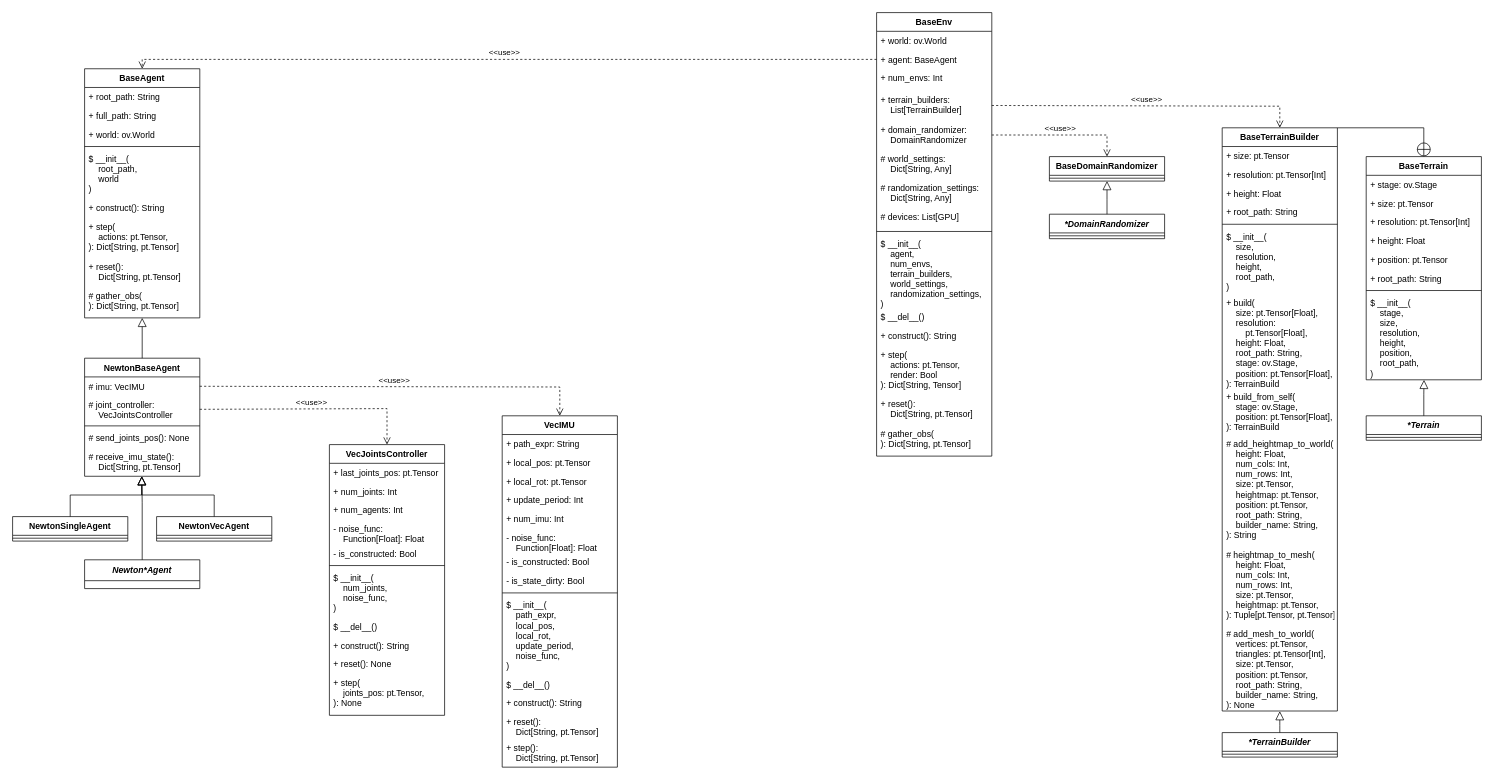
The draw.io diagram newton_simulation_class_diagram.drawio in TheNewtonCapstone/newton-architecture, before the edit. Source tidied: cells renumbered, new cells numbered last; positions are measured from the earlier drawing's top-left corner, leaving out a move shared by most shapes. Both pictures are drawn from the tidied source at 72%, with x=0, y=0 at pixel (12, 12).
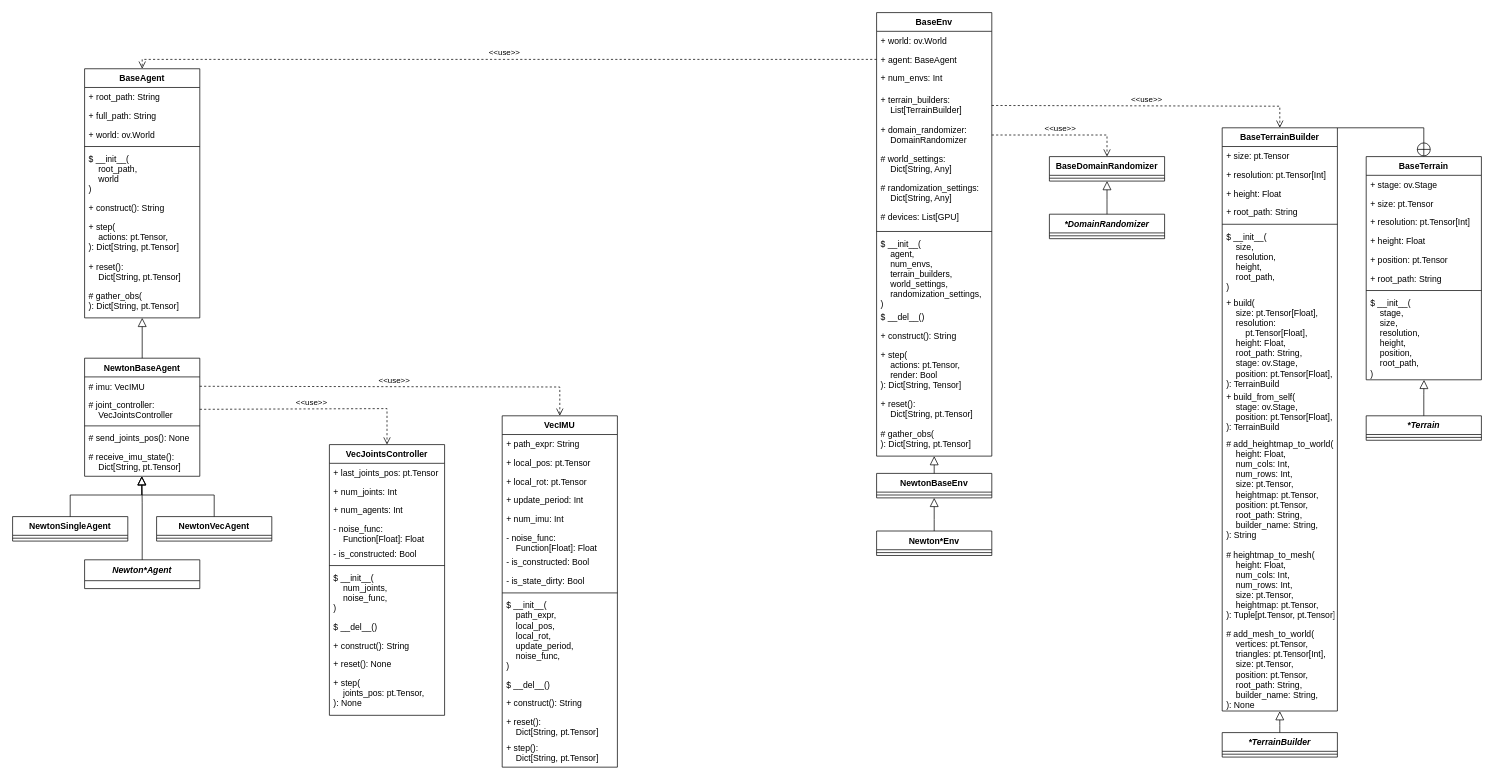
After the change.

Commit message:
feat: added derived env classes

The change refers to these unchanged cells:
```xml
<mxCell id="56" value="BaseEnv" style="swimlane;fontStyle=1;align=center;verticalAlign=top;horizontal=1;startSize=26;rounded=0;shadow=0;strokeWidth=1;" parent="1" vertex="1">
  <mxGeometry x="1200" width="160" height="616" as="geometry" />
</mxCell>
```

The edit, as a diff of the source:
```diff
@@
+    <mxCell id="108" value="NewtonBaseEnv" style="swimlane;fontStyle=1;align=center;verticalAlign=top;horizontal=1;startSize=26;rounded=0;shadow=0;strokeWidth=1;" parent="1" vertex="1">
+      <mxGeometry x="1200" y="640" width="160" height="34" as="geometry" />
+    </mxCell>
+    <mxCell id="109" style="line;html=1;strokeWidth=1;align=left;verticalAlign=middle;spacingTop=-1;spacingLeft=3;spacingRight=3;labelPosition=right;" parent="108" vertex="1">
+      <mxGeometry y="26" width="160" height="8" as="geometry" />
+    </mxCell>
+    <mxCell id="110" style="endArrow=block;endSize=10;endFill=0;shadow=0;strokeWidth=1;rounded=0;curved=0;edgeStyle=elbowEdgeStyle;elbow=vertical;exitX=0.5;exitY=0;exitDx=0;exitDy=0;entryX=0.5;entryY=1;entryDx=0;entryDy=0;" parent="1" edge="1" source="108" target="56">
+      <mxGeometry relative="1" as="geometry">
+        <Array as="points">
+          <mxPoint x="1280" y="630" />
+        </Array>
+      </mxGeometry>
+    </mxCell>
+    <mxCell id="111" value="Newton*Env" style="swimlane;fontStyle=1;align=center;verticalAlign=top;horizontal=1;startSize=26;rounded=0;shadow=0;strokeWidth=1;" parent="1" vertex="1">
+      <mxGeometry x="1200" y="720" width="160" height="34" as="geometry" />
+    </mxCell>
+    <mxCell id="112" style="line;html=1;strokeWidth=1;align=left;verticalAlign=middle;spacingTop=-1;spacingLeft=3;spacingRight=3;labelPosition=right;" parent="111" vertex="1">
+      <mxGeometry y="26" width="160" height="8" as="geometry" />
+    </mxCell>
+    <mxCell id="113" style="endArrow=block;endSize=10;endFill=0;shadow=0;strokeWidth=1;rounded=0;curved=0;edgeStyle=elbowEdgeStyle;elbow=vertical;exitX=0.5;exitY=0;exitDx=0;exitDy=0;entryX=0.5;entryY=1;entryDx=0;entryDy=0;" parent="1" edge="1" source="111" target="108">
+      <mxGeometry relative="1" as="geometry">
+        <Array as="points">
+          <mxPoint x="1279.8" y="704" />
+        </Array>
+      </mxGeometry>
+    </mxCell>
```
